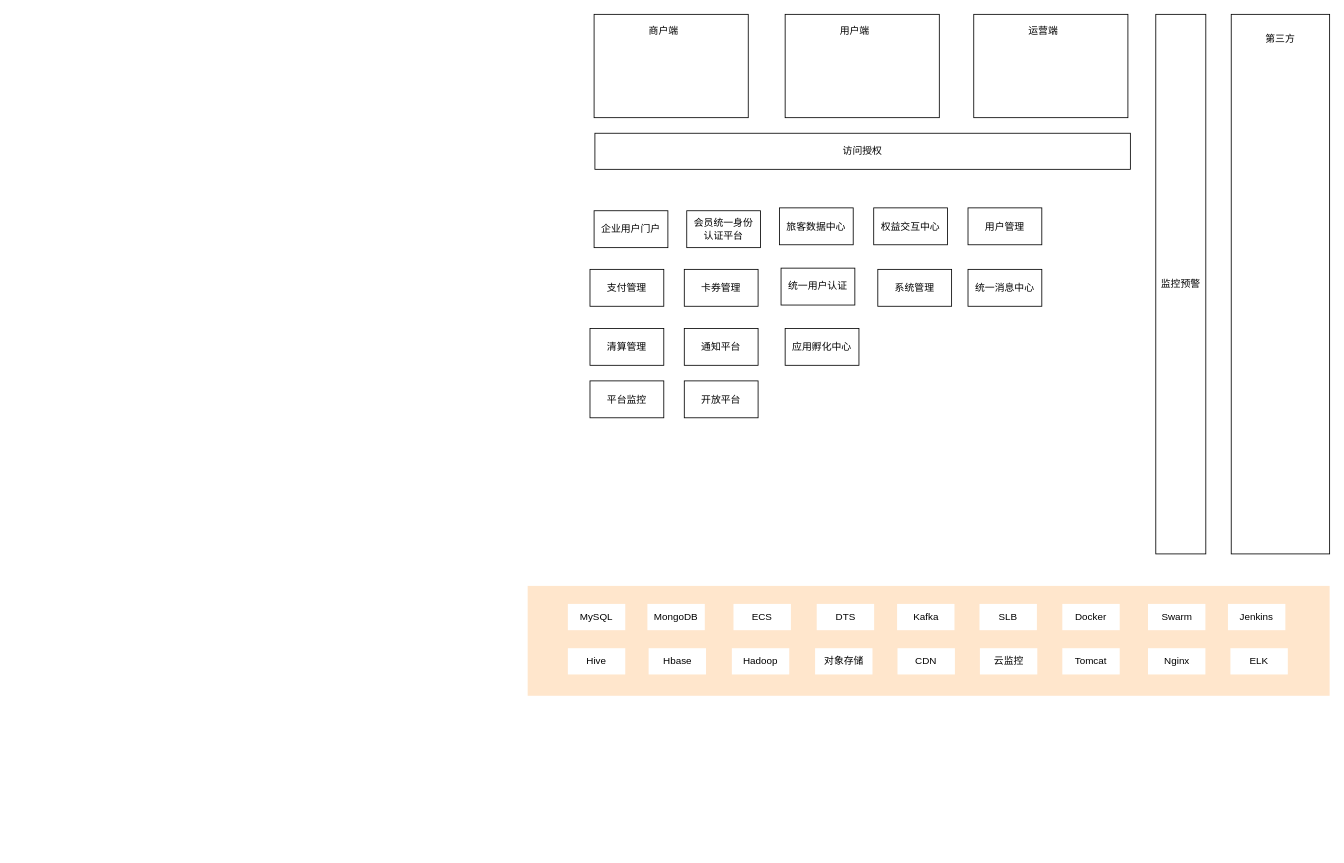
Above: beijingAirport.drawio in wuqh/draw (draw.io), before the change. Source tidied: cells renumbered, new cells numbered last; positions are measured from the earlier drawing's top-left corner, leaving out a move shared by most shapes. Both pictures are drawn from the tidied source at 82%, with x=0, y=0 at pixel (527, 14).
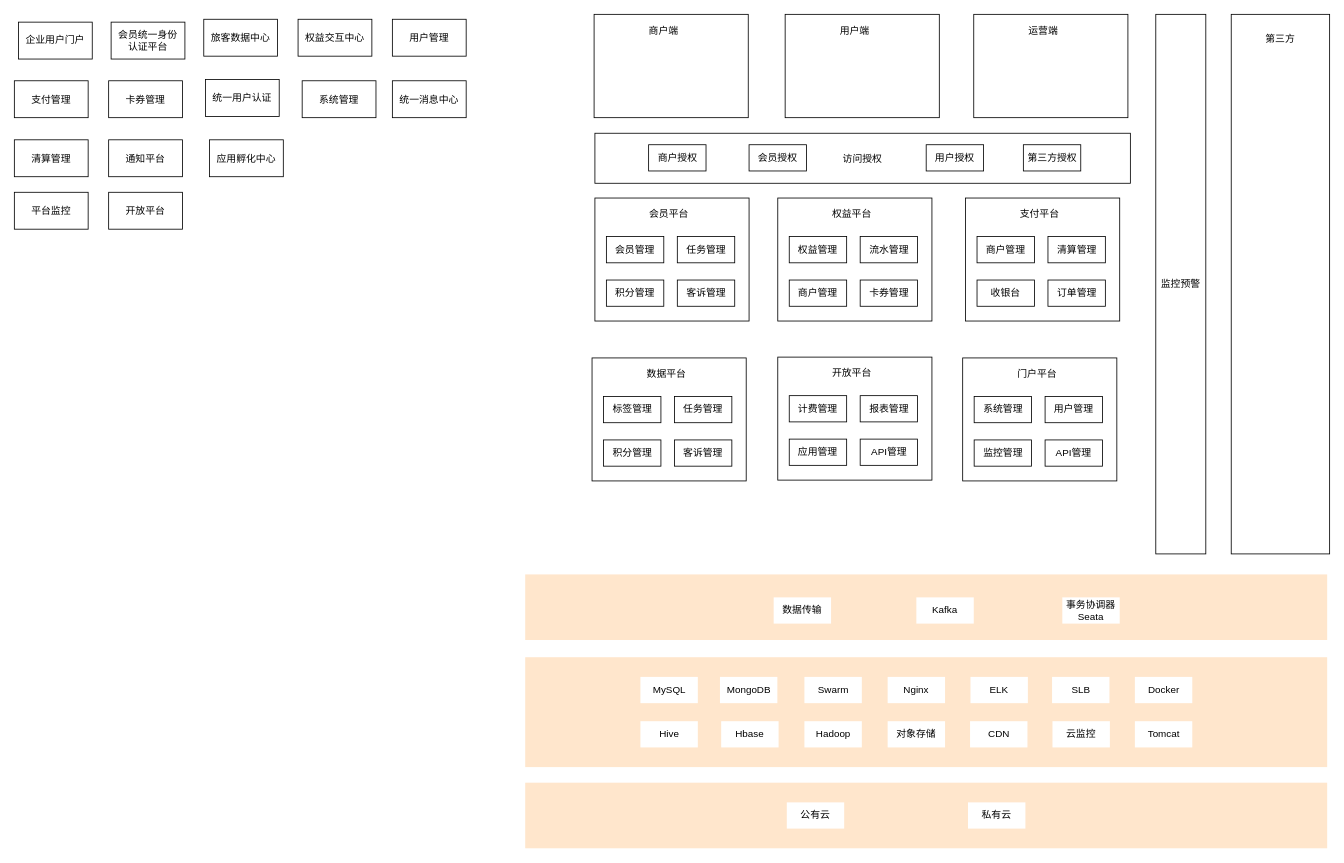
The same page after the edit.

Change to the diagram source:
```diff
@@
+    <mxCell id="46" style="rounded=0;whiteSpace=wrap;html=1;fillColor=#ffe6cc;strokeColor=none;" parent="1" vertex="1">
+      <mxGeometry x="-3" y="937" width="978" height="80" as="geometry" />
+    </mxCell>
+    <mxCell id="47" style="rounded=0;whiteSpace=wrap;html=1;" parent="1" vertex="1">
+      <mxGeometry x="82" y="224" width="188" height="150" as="geometry" />
+    </mxCell>
     <mxCell id="2" value="访问授权" style="rounded=0;whiteSpace=wrap;html=1;" parent="1" vertex="1">
-      <mxGeometry x="82" y="145" width="653" height="44" as="geometry" />
+      <mxGeometry x="82" y="145" width="653" height="61" as="geometry" />
     </mxCell>
     <mxCell id="3" value="企业用户门户" style="rounded=0;whiteSpace=wrap;html=1;" parent="1" vertex="1">
-      <mxGeometry x="81" y="239.5" width="90" height="45" as="geometry" />
+      <mxGeometry x="-621" y="9.5" width="90" height="45" as="geometry" />
     </mxCell>
     <mxCell id="4" value="会员统一身份&lt;br&gt;认证平台" style="rounded=0;whiteSpace=wrap;html=1;" parent="1" vertex="1">
-      <mxGeometry x="194" y="239.5" width="90" height="45" as="geometry" />
+      <mxGeometry x="-508" y="9.5" width="90" height="45" as="geometry" />
     </mxCell>
     <mxCell id="5" value="旅客数据中心" style="rounded=0;whiteSpace=wrap;html=1;" parent="1" vertex="1">
-      <mxGeometry x="307" y="236" width="90" height="45" as="geometry" />
+      <mxGeometry x="-395" y="6" width="90" height="45" as="geometry" />
     </mxCell>
     <mxCell id="6" value="权益交互中心" style="rounded=0;whiteSpace=wrap;html=1;" parent="1" vertex="1">
-      <mxGeometry x="422" y="236" width="90" height="45" as="geometry" />
+      <mxGeometry x="-280" y="6" width="90" height="45" as="geometry" />
     </mxCell>
     <mxCell id="7" value="用户管理" style="rounded=0;whiteSpace=wrap;html=1;" parent="1" vertex="1">
-      <mxGeometry x="537" y="236" width="90" height="45" as="geometry" />
+      <mxGeometry x="-165" y="6" width="90" height="45" as="geometry" />
     </mxCell>
     <mxCell id="8" value="统一消息中心" style="rounded=0;whiteSpace=wrap;html=1;" parent="1" vertex="1">
-      <mxGeometry x="537" y="311" width="90" height="45" as="geometry" />
+      <mxGeometry x="-165" y="81" width="90" height="45" as="geometry" />
     </mxCell>
     <mxCell id="9" value="系统管理" style="rounded=0;whiteSpace=wrap;html=1;" parent="1" vertex="1">
-      <mxGeometry x="427" y="311" width="90" height="45" as="geometry" />
+      <mxGeometry x="-275" y="81" width="90" height="45" as="geometry" />
     </mxCell>
     <mxCell id="10" value="统一用户认证" style="rounded=0;whiteSpace=wrap;html=1;" parent="1" vertex="1">
-      <mxGeometry x="309" y="309.5" width="90" height="45" as="geometry" />
+      <mxGeometry x="-393" y="79.5" width="90" height="45" as="geometry" />
     </mxCell>
     <mxCell id="11" value="卡券管理" style="rounded=0;whiteSpace=wrap;html=1;" parent="1" vertex="1">
-      <mxGeometry x="191" y="311" width="90" height="45" as="geometry" />
+      <mxGeometry x="-511" y="81" width="90" height="45" as="geometry" />
     </mxCell>
     <mxCell id="12" value="支付管理" style="rounded=0;whiteSpace=wrap;html=1;" parent="1" vertex="1">
-      <mxGeometry x="76" y="311" width="90" height="45" as="geometry" />
+      <mxGeometry x="-626" y="81" width="90" height="45" as="geometry" />
     </mxCell>
     <mxCell id="13" value="清算管理" style="rounded=0;whiteSpace=wrap;html=1;" parent="1" vertex="1">
-      <mxGeometry x="76" y="383" width="90" height="45" as="geometry" />
+      <mxGeometry x="-626" y="153" width="90" height="45" as="geometry" />
     </mxCell>
     <mxCell id="14" value="通知平台" style="rounded=0;whiteSpace=wrap;html=1;" parent="1" vertex="1">
-      <mxGeometry x="191" y="383" width="90" height="45" as="geometry" />
+      <mxGeometry x="-511" y="153" width="90" height="45" as="geometry" />
     </mxCell>
     <mxCell id="15" value="应用孵化中心" style="rounded=0;whiteSpace=wrap;html=1;" parent="1" vertex="1">
-      <mxGeometry x="314" y="383" width="90" height="45" as="geometry" />
+      <mxGeometry x="-388" y="153" width="90" height="45" as="geometry" />
     </mxCell>
     <mxCell id="16" value="平台监控" style="rounded=0;whiteSpace=wrap;html=1;" parent="1" vertex="1">
-      <mxGeometry x="76" y="447" width="90" height="45" as="geometry" />
+      <mxGeometry x="-626" y="217" width="90" height="45" as="geometry" />
     </mxCell>
     <mxCell id="17" value="开放平台" style="rounded=0;whiteSpace=wrap;html=1;" parent="1" vertex="1">
-      <mxGeometry x="191" y="447" width="90" height="45" as="geometry" />
+      <mxGeometry x="-511" y="217" width="90" height="45" as="geometry" />
     </mxCell>
@@
     <mxCell id="27" style="rounded=0;whiteSpace=wrap;html=1;fillColor=#ffe6cc;strokeColor=none;" parent="1" vertex="1">
-      <mxGeometry y="697" width="978" height="134" as="geometry" />
+      <mxGeometry x="-3" y="784" width="978" height="134" as="geometry" />
     </mxCell>
     <mxCell id="28" value="MySQL" style="rounded=0;whiteSpace=wrap;html=1;strokeColor=none;" parent="1" vertex="1">
-      <mxGeometry x="49" y="719" width="70" height="32" as="geometry" />
+      <mxGeometry x="137.5" y="808" width="70" height="32" as="geometry" />
     </mxCell>
     <mxCell id="29" value="MongoDB" style="rounded=0;whiteSpace=wrap;html=1;strokeColor=none;" parent="1" vertex="1">
-      <mxGeometry x="146" y="719" width="70" height="32" as="geometry" />
+      <mxGeometry x="234.5" y="808" width="70" height="32" as="geometry" />
     </mxCell>
-    <mxCell id="30" value="ECS" style="rounded=0;whiteSpace=wrap;html=1;strokeColor=none;" parent="1" vertex="1">
-      <mxGeometry x="251" y="719" width="70" height="32" as="geometry" />
-    </mxCell>
-    <mxCell id="31" value="DTS" style="rounded=0;whiteSpace=wrap;html=1;strokeColor=none;" parent="1" vertex="1">
-      <mxGeometry x="352.5" y="719" width="70" height="32" as="geometry" />
-    </mxCell>
-    <mxCell id="32" value="Kafka" style="rounded=0;whiteSpace=wrap;html=1;strokeColor=none;" parent="1" vertex="1">
-      <mxGeometry x="450.5" y="719" width="70" height="32" as="geometry" />
-    </mxCell>
     <mxCell id="33" value="SLB" style="rounded=0;whiteSpace=wrap;html=1;strokeColor=none;" parent="1" vertex="1">
-      <mxGeometry x="551" y="719" width="70" height="32" as="geometry" />
+      <mxGeometry x="639.5" y="808" width="70" height="32" as="geometry" />
     </mxCell>
     <mxCell id="34" value="Docker" style="rounded=0;whiteSpace=wrap;html=1;strokeColor=none;" parent="1" vertex="1">
-      <mxGeometry x="652" y="719" width="70" height="32" as="geometry" />
+      <mxGeometry x="740.5" y="808" width="70" height="32" as="geometry" />
     </mxCell>
     <mxCell id="35" value="Swarm" style="rounded=0;whiteSpace=wrap;html=1;strokeColor=none;" parent="1" vertex="1">
-      <mxGeometry x="756.5" y="719" width="70" height="32" as="geometry" />
+      <mxGeometry x="337.5" y="808" width="70" height="32" as="geometry" />
     </mxCell>
-    <mxCell id="36" value="Jenkins" style="rounded=0;whiteSpace=wrap;html=1;strokeColor=none;" parent="1" vertex="1">
-      <mxGeometry x="854" y="719" width="70" height="32" as="geometry" />
-    </mxCell>
     <mxCell id="37" value="Hive" style="rounded=0;whiteSpace=wrap;html=1;strokeColor=none;" parent="1" vertex="1">
-      <mxGeometry x="49" y="773" width="70" height="32" as="geometry" />
+      <mxGeometry x="137.5" y="862" width="70" height="32" as="geometry" />
     </mxCell>
     <mxCell id="38" value="Hbase" style="rounded=0;whiteSpace=wrap;html=1;strokeColor=none;" parent="1" vertex="1">
-      <mxGeometry x="147.5" y="773" width="70" height="32" as="geometry" />
+      <mxGeometry x="236" y="862" width="70" height="32" as="geometry" />
     </mxCell>
     <mxCell id="39" value="Hadoop" style="rounded=0;whiteSpace=wrap;html=1;strokeColor=none;" parent="1" vertex="1">
-      <mxGeometry x="249" y="773" width="70" height="32" as="geometry" />
+      <mxGeometry x="337.5" y="862" width="70" height="32" as="geometry" />
     </mxCell>
     <mxCell id="40" value="对象存储" style="rounded=0;whiteSpace=wrap;html=1;strokeColor=none;" parent="1" vertex="1">
-      <mxGeometry x="350.5" y="773" width="70" height="32" as="geometry" />
+      <mxGeometry x="439" y="862" width="70" height="32" as="geometry" />
     </mxCell>
     <mxCell id="41" value="CDN" style="rounded=0;whiteSpace=wrap;html=1;strokeColor=none;" parent="1" vertex="1">
-      <mxGeometry x="451" y="773" width="70" height="32" as="geometry" />
+      <mxGeometry x="539.5" y="862" width="70" height="32" as="geometry" />
     </mxCell>
     <mxCell id="42" value="云监控" style="rounded=0;whiteSpace=wrap;html=1;strokeColor=none;" parent="1" vertex="1">
-      <mxGeometry x="551.5" y="773" width="70" height="32" as="geometry" />
+      <mxGeometry x="640" y="862" width="70" height="32" as="geometry" />
     </mxCell>
     <mxCell id="43" value="Tomcat" style="rounded=0;whiteSpace=wrap;html=1;strokeColor=none;" parent="1" vertex="1">
-      <mxGeometry x="652" y="773" width="70" height="32" as="geometry" />
+      <mxGeometry x="740.5" y="862" width="70" height="32" as="geometry" />
     </mxCell>
     <mxCell id="44" value="Nginx" style="rounded=0;whiteSpace=wrap;html=1;strokeColor=none;" parent="1" vertex="1">
-      <mxGeometry x="756.5" y="773" width="70" height="32" as="geometry" />
+      <mxGeometry x="439" y="808" width="70" height="32" as="geometry" />
     </mxCell>
     <mxCell id="45" value="ELK" style="rounded=0;whiteSpace=wrap;html=1;strokeColor=none;" parent="1" vertex="1">
-      <mxGeometry x="857" y="773" width="70" height="32" as="geometry" />
+      <mxGeometry x="540" y="808" width="70" height="32" as="geometry" />
     </mxCell>
+    <mxCell id="48" value="会员平台" style="text;html=1;strokeColor=none;fillColor=none;align=center;verticalAlign=middle;whiteSpace=wrap;rounded=0;" parent="1" vertex="1">
+      <mxGeometry x="147" y="234" width="51" height="20" as="geometry" />
+    </mxCell>
+    <mxCell id="49" value="会员管理" style="rounded=0;whiteSpace=wrap;html=1;strokeColor=#000000;" parent="1" vertex="1">
+      <mxGeometry x="96" y="271" width="70" height="32" as="geometry" />
+    </mxCell>
+    <mxCell id="50" value="任务管理" style="rounded=0;whiteSpace=wrap;html=1;strokeColor=#000000;" parent="1" vertex="1">
+      <mxGeometry x="182.5" y="271" width="70" height="32" as="geometry" />
+    </mxCell>
+    <mxCell id="51" style="rounded=0;whiteSpace=wrap;html=1;" parent="1" vertex="1">
+      <mxGeometry x="305" y="224" width="188" height="150" as="geometry" />
+    </mxCell>
+    <mxCell id="52" value="权益平台" style="text;html=1;strokeColor=none;fillColor=none;align=center;verticalAlign=middle;whiteSpace=wrap;rounded=0;" parent="1" vertex="1">
+      <mxGeometry x="370" y="234" width="51" height="20" as="geometry" />
+    </mxCell>
+    <mxCell id="53" value="权益管理" style="rounded=0;whiteSpace=wrap;html=1;strokeColor=#000000;" parent="1" vertex="1">
+      <mxGeometry x="319" y="271" width="70" height="32" as="geometry" />
+    </mxCell>
+    <mxCell id="54" value="流水管理" style="rounded=0;whiteSpace=wrap;html=1;strokeColor=#000000;" parent="1" vertex="1">
+      <mxGeometry x="405.5" y="271" width="70" height="32" as="geometry" />
+    </mxCell>
+    <mxCell id="55" style="rounded=0;whiteSpace=wrap;html=1;" parent="1" vertex="1">
+      <mxGeometry x="534" y="224" width="188" height="150" as="geometry" />
+    </mxCell>
+    <mxCell id="56" value="支付平台" style="text;html=1;strokeColor=none;fillColor=none;align=center;verticalAlign=middle;whiteSpace=wrap;rounded=0;" parent="1" vertex="1">
+      <mxGeometry x="599" y="234" width="51" height="20" as="geometry" />
+    </mxCell>
+    <mxCell id="57" value="商户管理" style="rounded=0;whiteSpace=wrap;html=1;strokeColor=#000000;" parent="1" vertex="1">
+      <mxGeometry x="548" y="271" width="70" height="32" as="geometry" />
+    </mxCell>
+    <mxCell id="58" value="清算管理" style="rounded=0;whiteSpace=wrap;html=1;strokeColor=#000000;" parent="1" vertex="1">
+      <mxGeometry x="634.5" y="271" width="70" height="32" as="geometry" />
+    </mxCell>
+    <mxCell id="59" value="收银台" style="rounded=0;whiteSpace=wrap;html=1;strokeColor=#000000;" parent="1" vertex="1">
+      <mxGeometry x="548" y="324" width="70" height="32" as="geometry" />
+    </mxCell>
+    <mxCell id="60" value="订单管理" style="rounded=0;whiteSpace=wrap;html=1;strokeColor=#000000;" parent="1" vertex="1">
+      <mxGeometry x="634.5" y="324" width="70" height="32" as="geometry" />
+    </mxCell>
+    <mxCell id="61" value="积分管理" style="rounded=0;whiteSpace=wrap;html=1;strokeColor=#000000;" parent="1" vertex="1">
+      <mxGeometry x="96" y="324" width="70" height="32" as="geometry" />
+    </mxCell>
+    <mxCell id="62" value="客诉管理" style="rounded=0;whiteSpace=wrap;html=1;strokeColor=#000000;" parent="1" vertex="1">
+      <mxGeometry x="182.5" y="324" width="70" height="32" as="geometry" />
+    </mxCell>
+    <mxCell id="63" style="rounded=0;whiteSpace=wrap;html=1;" parent="1" vertex="1">
+      <mxGeometry x="78.5" y="419" width="188" height="150" as="geometry" />
+    </mxCell>
+    <mxCell id="64" value="数据平台" style="text;html=1;strokeColor=none;fillColor=none;align=center;verticalAlign=middle;whiteSpace=wrap;rounded=0;" parent="1" vertex="1">
+      <mxGeometry x="143.5" y="429" width="51" height="20" as="geometry" />
+    </mxCell>
+    <mxCell id="65" value="标签管理" style="rounded=0;whiteSpace=wrap;html=1;strokeColor=#000000;" parent="1" vertex="1">
+      <mxGeometry x="92.5" y="466" width="70" height="32" as="geometry" />
+    </mxCell>
+    <mxCell id="66" value="任务管理" style="rounded=0;whiteSpace=wrap;html=1;strokeColor=#000000;" parent="1" vertex="1">
+      <mxGeometry x="179" y="466" width="70" height="32" as="geometry" />
+    </mxCell>
+    <mxCell id="67" value="积分管理" style="rounded=0;whiteSpace=wrap;html=1;strokeColor=#000000;" parent="1" vertex="1">
+      <mxGeometry x="92.5" y="519" width="70" height="32" as="geometry" />
+    </mxCell>
+    <mxCell id="68" value="客诉管理" style="rounded=0;whiteSpace=wrap;html=1;strokeColor=#000000;" parent="1" vertex="1">
+      <mxGeometry x="179" y="519" width="70" height="32" as="geometry" />
+    </mxCell>
+    <mxCell id="69" style="rounded=0;whiteSpace=wrap;html=1;fillColor=#ffe6cc;strokeColor=none;" parent="1" vertex="1">
+      <mxGeometry x="-3" y="683" width="978" height="80" as="geometry" />
+    </mxCell>
+    <mxCell id="70" value="数据传输" style="rounded=0;whiteSpace=wrap;html=1;strokeColor=none;" parent="1" vertex="1">
+      <mxGeometry x="300" y="711" width="70" height="32" as="geometry" />
+    </mxCell>
+    <mxCell id="32" value="Kafka" style="rounded=0;whiteSpace=wrap;html=1;strokeColor=none;" parent="1" vertex="1">
+      <mxGeometry x="474" y="711" width="70" height="32" as="geometry" />
+    </mxCell>
+    <mxCell id="71" value="事务协调器Seata" style="rounded=0;whiteSpace=wrap;html=1;strokeColor=none;" parent="1" vertex="1">
+      <mxGeometry x="652" y="711" width="70" height="32" as="geometry" />
+    </mxCell>
+    <mxCell id="72" value="公有云" style="rounded=0;whiteSpace=wrap;html=1;strokeColor=none;" parent="1" vertex="1">
+      <mxGeometry x="316" y="961" width="70" height="32" as="geometry" />
+    </mxCell>
+    <mxCell id="73" value="私有云" style="rounded=0;whiteSpace=wrap;html=1;strokeColor=none;" parent="1" vertex="1">
+      <mxGeometry x="537" y="961" width="70" height="32" as="geometry" />
+    </mxCell>
+    <mxCell id="74" style="rounded=0;whiteSpace=wrap;html=1;" parent="1" vertex="1">
+      <mxGeometry x="305" y="418" width="188" height="150" as="geometry" />
+    </mxCell>
+    <mxCell id="75" value="开放平台" style="text;html=1;strokeColor=none;fillColor=none;align=center;verticalAlign=middle;whiteSpace=wrap;rounded=0;" parent="1" vertex="1">
+      <mxGeometry x="370" y="428" width="51" height="20" as="geometry" />
+    </mxCell>
+    <mxCell id="76" value="计费管理" style="rounded=0;whiteSpace=wrap;html=1;strokeColor=#000000;" parent="1" vertex="1">
+      <mxGeometry x="319" y="465" width="70" height="32" as="geometry" />
+    </mxCell>
+    <mxCell id="77" value="报表管理" style="rounded=0;whiteSpace=wrap;html=1;strokeColor=#000000;" parent="1" vertex="1">
+      <mxGeometry x="405.5" y="465" width="70" height="32" as="geometry" />
+    </mxCell>
+    <mxCell id="78" value="应用管理" style="rounded=0;whiteSpace=wrap;html=1;strokeColor=#000000;" parent="1" vertex="1">
+      <mxGeometry x="319" y="518" width="70" height="32" as="geometry" />
+    </mxCell>
+    <mxCell id="79" value="API管理" style="rounded=0;whiteSpace=wrap;html=1;strokeColor=#000000;" parent="1" vertex="1">
+      <mxGeometry x="405.5" y="518" width="70" height="32" as="geometry" />
+    </mxCell>
+    <mxCell id="80" style="rounded=0;whiteSpace=wrap;html=1;" parent="1" vertex="1">
+      <mxGeometry x="530.5" y="419" width="188" height="150" as="geometry" />
+    </mxCell>
+    <mxCell id="81" value="门户平台" style="text;html=1;strokeColor=none;fillColor=none;align=center;verticalAlign=middle;whiteSpace=wrap;rounded=0;" parent="1" vertex="1">
+      <mxGeometry x="595.5" y="429" width="51" height="20" as="geometry" />
+    </mxCell>
+    <mxCell id="82" value="系统管理" style="rounded=0;whiteSpace=wrap;html=1;strokeColor=#000000;" parent="1" vertex="1">
+      <mxGeometry x="544.5" y="466" width="70" height="32" as="geometry" />
+    </mxCell>
+    <mxCell id="83" value="用户管理" style="rounded=0;whiteSpace=wrap;html=1;strokeColor=#000000;" parent="1" vertex="1">
+      <mxGeometry x="631" y="466" width="70" height="32" as="geometry" />
+    </mxCell>
+    <mxCell id="84" value="监控管理" style="rounded=0;whiteSpace=wrap;html=1;strokeColor=#000000;" parent="1" vertex="1">
+      <mxGeometry x="544.5" y="519" width="70" height="32" as="geometry" />
+    </mxCell>
+    <mxCell id="85" value="API管理" style="rounded=0;whiteSpace=wrap;html=1;strokeColor=#000000;" parent="1" vertex="1">
+      <mxGeometry x="631" y="519" width="70" height="32" as="geometry" />
+    </mxCell>
+    <mxCell id="86" value="商户管理" style="rounded=0;whiteSpace=wrap;html=1;strokeColor=#000000;" parent="1" vertex="1">
+      <mxGeometry x="319" y="324" width="70" height="32" as="geometry" />
+    </mxCell>
+    <mxCell id="87" value="卡券管理" style="rounded=0;whiteSpace=wrap;html=1;strokeColor=#000000;" parent="1" vertex="1">
+      <mxGeometry x="405.5" y="324" width="70" height="32" as="geometry" />
+    </mxCell>
+    <mxCell id="88" value="会员授权" style="rounded=0;whiteSpace=wrap;html=1;strokeColor=#000000;" parent="1" vertex="1">
+      <mxGeometry x="270" y="159" width="70" height="32" as="geometry" />
+    </mxCell>
+    <mxCell id="89" value="用户授权" style="rounded=0;whiteSpace=wrap;html=1;strokeColor=#000000;" parent="1" vertex="1">
+      <mxGeometry x="486" y="159" width="70" height="32" as="geometry" />
+    </mxCell>
+    <mxCell id="90" value="商户授权" style="rounded=0;whiteSpace=wrap;html=1;strokeColor=#000000;" parent="1" vertex="1">
+      <mxGeometry x="147.5" y="159" width="70" height="32" as="geometry" />
+    </mxCell>
+    <mxCell id="91" value="第三方授权" style="rounded=0;whiteSpace=wrap;html=1;strokeColor=#000000;" parent="1" vertex="1">
+      <mxGeometry x="604.5" y="159" width="70" height="32" as="geometry" />
+    </mxCell>
```
